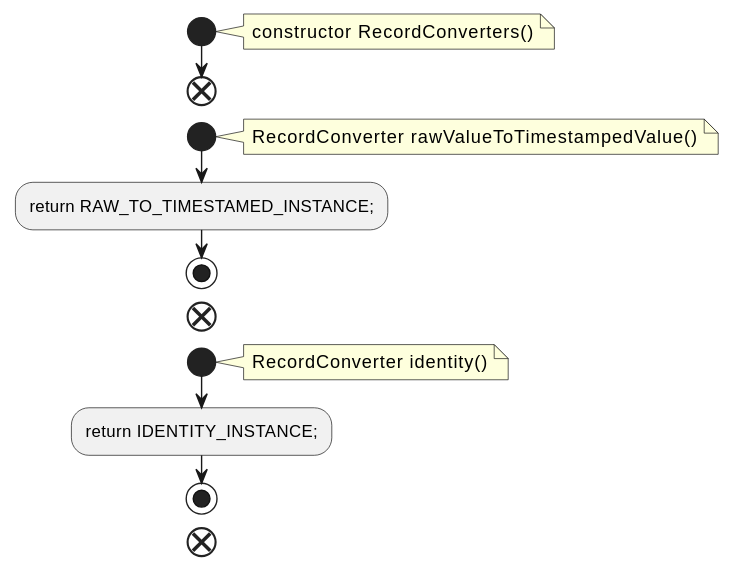
This is docs/qc/streams/src/main/java/org/apache/kafka/streams/state/internals/RecordConverters.java.fct.svg from qualitesys/kafka, a PlantUML export, as it was before one commit.
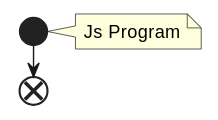
After the change.

What changed in the source:
```diff
@@ -2,21 +2,7 @@
 !pragma layout smetana
 start
 note right
-constructor RecordConverters()
+Js Program
 end note
 end
-start
-note right
-RecordConverter rawValueToTimestampedValue()
-end note
-:return RAW_TO_TIMESTAMED_INSTANCE;;
-stop
-end
-start
-note right
-RecordConverter identity()
-end note
-:return IDENTITY_INSTANCE;;
-stop
-end
 @enduml
```
